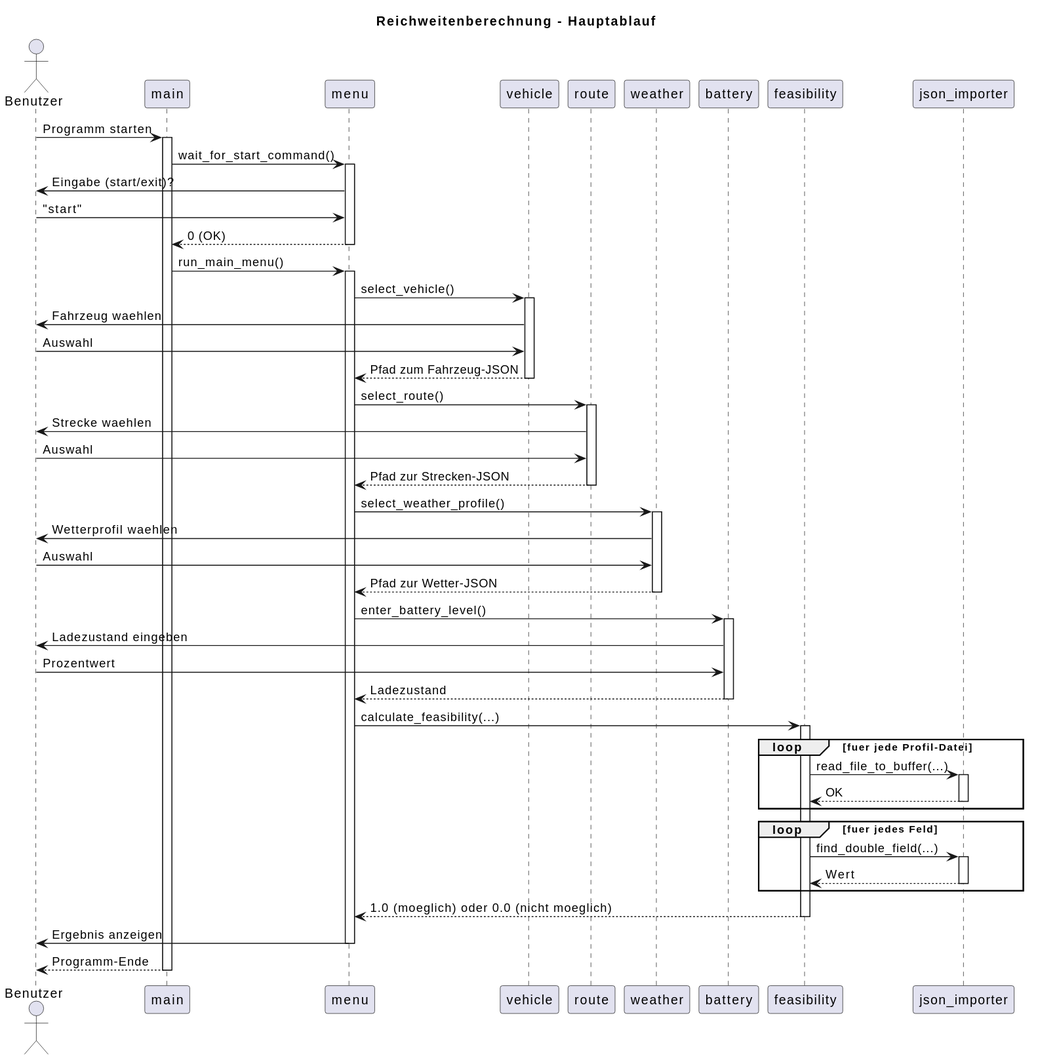
This is docs/architecture/sequence/sequenceUML.svg from mamemt/SE-range-sim, a PlantUML export, as it was before one commit.
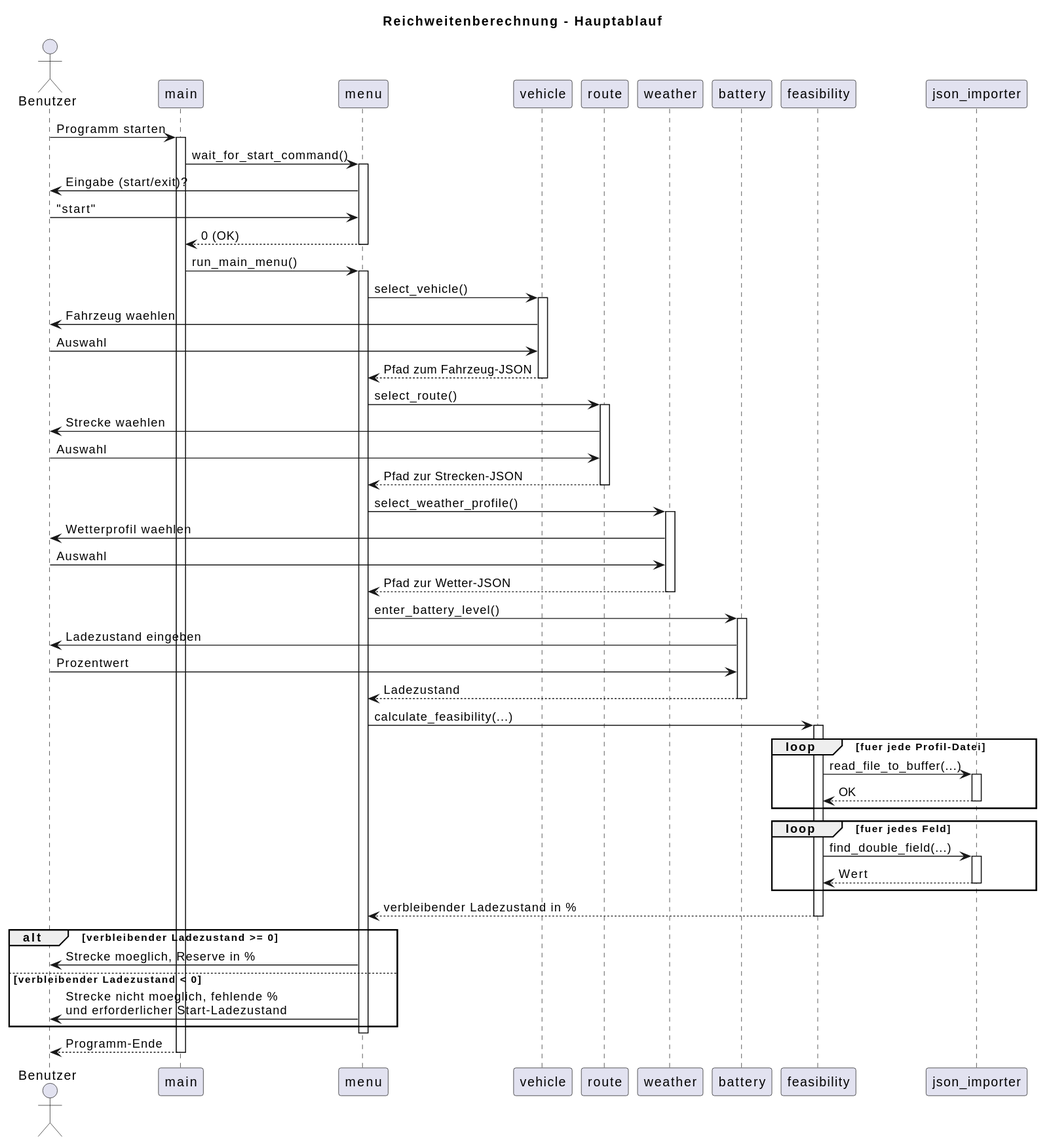
The same file after the commit.

Commit message:
docs: sequence UML an neue feasibility-ausgabe anpassen (#69)

Sequenzdiagramm entsprechend neuer Rückgabe von feasibility angepasst und Ergebnis-Anzeige als
alt-Block aufgespalten. SVG neu gerendert.

Closes #68

Diff of the diagram source:
```diff
@@ -70,10 +70,14 @@
    deactivate json_importer
 end
 
-feasibility --> menu : 1.0 (moeglich) oder 0.0 (nicht moeglich)
+feasibility --> menu : verbleibender Ladezustand in %
 deactivate feasibility
 
-menu -> Benutzer : Ergebnis anzeigen
+alt verbleibender Ladezustand >= 0
+    menu -> Benutzer : Strecke moeglich, Reserve in %
+else verbleibender Ladezustand < 0
+    menu -> Benutzer : Strecke nicht moeglich, fehlende %\nund erforderlicher Start-Ladezustand
+end
 deactivate menu
 
 main --> Benutzer : Programm-Ende
```
